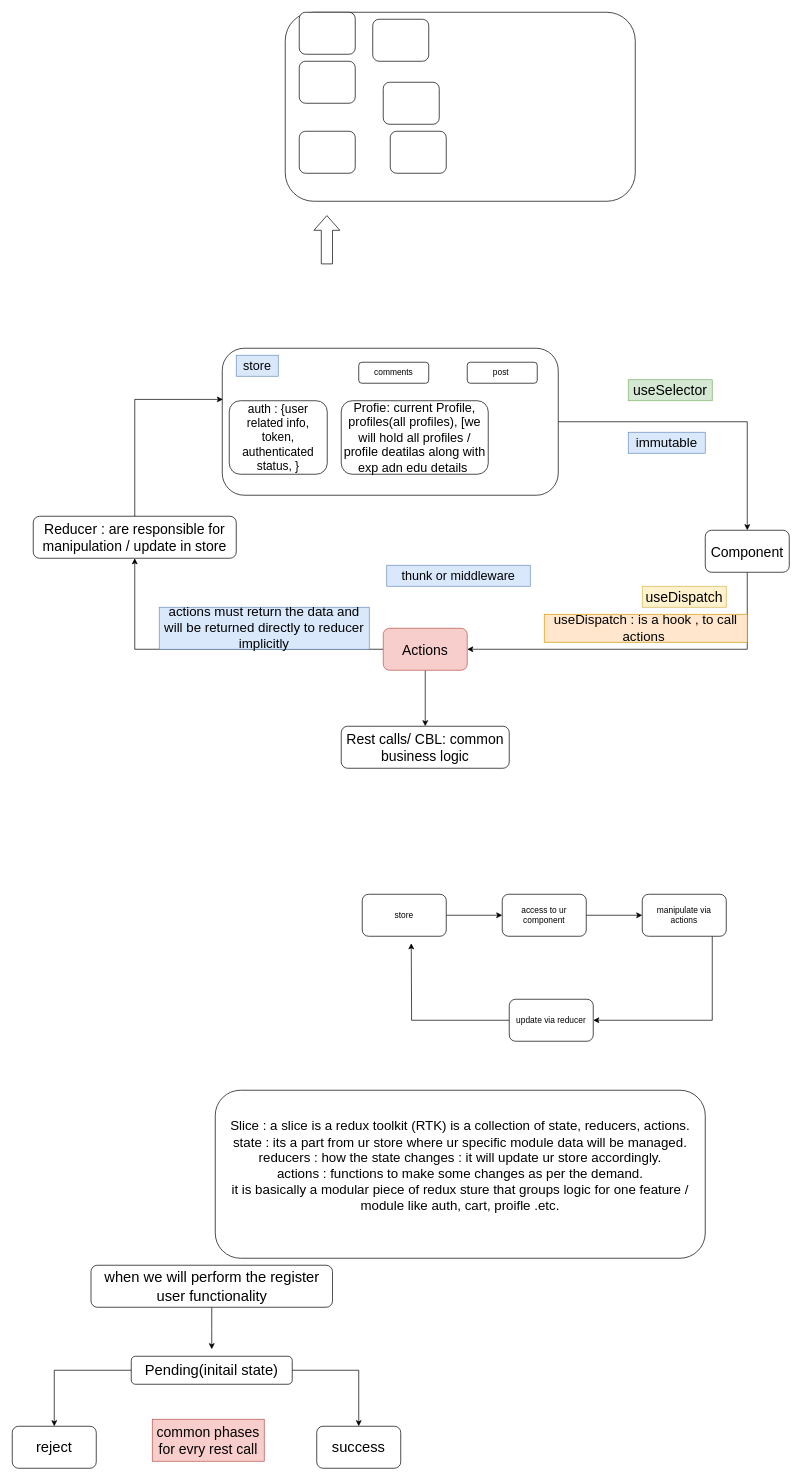
This is page "Page-6" (6 of 15) of finalibm react.drawio from abhinandanchivate/react-oct, a draw.io file, before an edit. Source tidied: cells renumbered, new cells numbered last; positions are measured from the earlier drawing's top-left corner, leaving out a move shared by most shapes. Both pictures are drawn from the tidied source at 70%, with x=0, y=0 at pixel (12, 12).
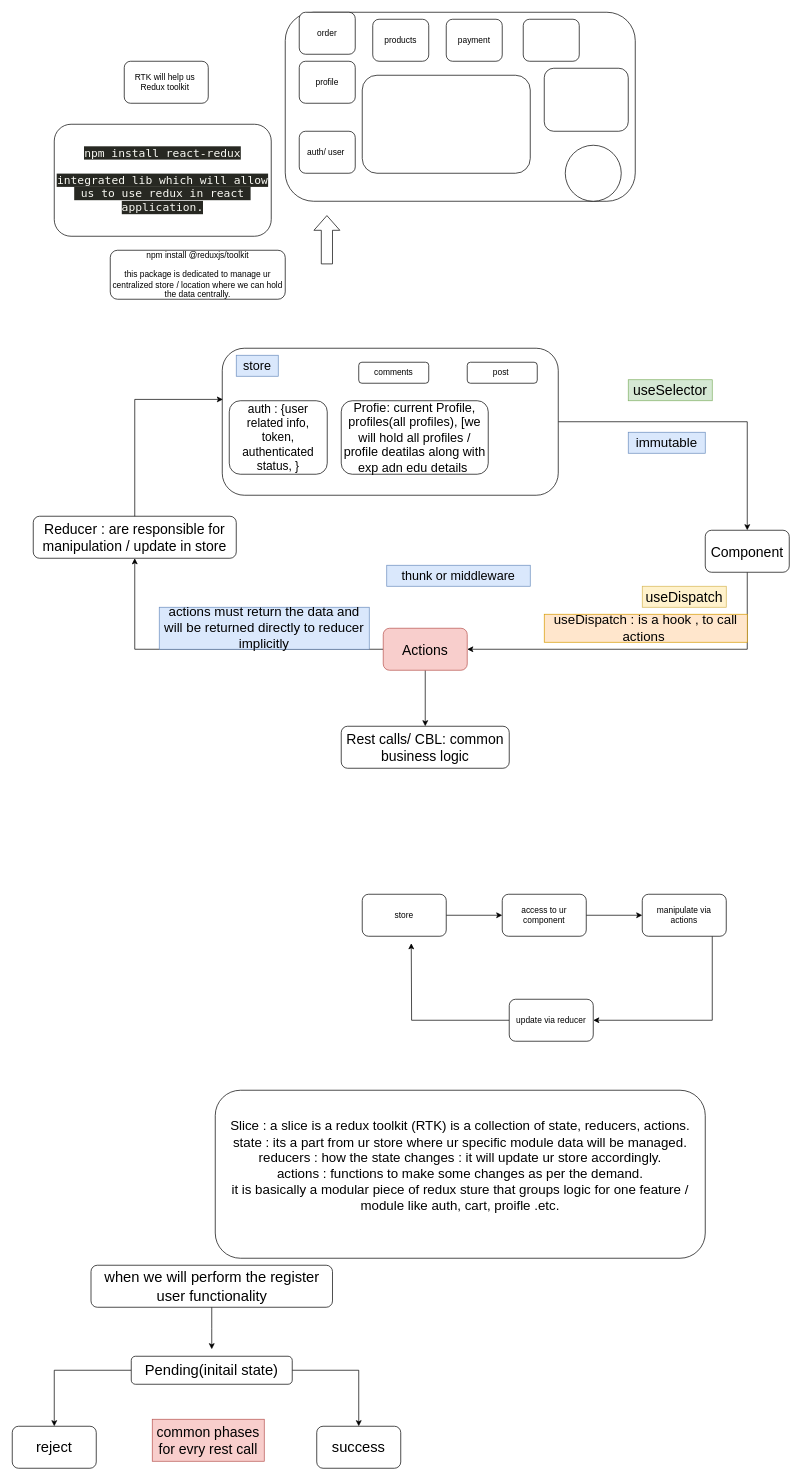
Above is the later version.

Commit message (it also covers changes not shown here):
feat(auth): initialize authentication module with actions, services, and slice

Diff of the diagram source:
```diff
@@
-    <mxCell id="3" style="rounded=1;whiteSpace=wrap;html=1;" parent="1" vertex="1">
+    <mxCell id="3" value="auth/ user&amp;nbsp;" style="rounded=1;whiteSpace=wrap;html=1;" parent="1" vertex="1">
       <mxGeometry x="410" y="170" width="80" height="60" as="geometry" />
     </mxCell>
@@
-    <mxCell id="5" style="rounded=1;whiteSpace=wrap;html=1;" parent="1" vertex="1">
+    <mxCell id="5" value="profile" style="rounded=1;whiteSpace=wrap;html=1;" parent="1" vertex="1">
       <mxGeometry x="410" y="70" width="80" height="60" as="geometry" />
     </mxCell>
-    <mxCell id="6" style="rounded=1;whiteSpace=wrap;html=1;" parent="1" vertex="1">
+    <mxCell id="6" value="order" style="rounded=1;whiteSpace=wrap;html=1;" parent="1" vertex="1">
       <mxGeometry x="410" width="80" height="60" as="geometry" />
     </mxCell>
-    <mxCell id="7" style="rounded=1;whiteSpace=wrap;html=1;" parent="1" vertex="1">
+    <mxCell id="7" value="products" style="rounded=1;whiteSpace=wrap;html=1;" parent="1" vertex="1">
       <mxGeometry x="515" y="10" width="80" height="60" as="geometry" />
     </mxCell>
-    <mxCell id="8" style="rounded=1;whiteSpace=wrap;html=1;" parent="1" vertex="1">
-      <mxGeometry x="530" y="100" width="80" height="60" as="geometry" />
+    <mxCell id="8" value="payment" style="rounded=1;whiteSpace=wrap;html=1;" parent="1" vertex="1">
+      <mxGeometry x="620" y="10" width="80" height="60" as="geometry" />
     </mxCell>
     <mxCell id="9" style="rounded=1;whiteSpace=wrap;html=1;" parent="1" vertex="1">
-      <mxGeometry x="540" y="170" width="80" height="60" as="geometry" />
+      <mxGeometry x="730" y="10" width="80" height="60" as="geometry" />
     </mxCell>
@@
+    <mxCell id="48" style="rounded=1;whiteSpace=wrap;html=1;" parent="1" vertex="1">
+      <mxGeometry x="760" y="80" width="120" height="90" as="geometry" />
+    </mxCell>
+    <mxCell id="49" style="rounded=1;whiteSpace=wrap;html=1;" parent="1" vertex="1">
+      <mxGeometry x="500" y="90" width="240" height="140" as="geometry" />
+    </mxCell>
+    <mxCell id="50" style="ellipse;whiteSpace=wrap;html=1;" parent="1" vertex="1">
+      <mxGeometry x="790" y="190" width="80" height="80" as="geometry" />
+    </mxCell>
+    <mxCell id="51" value="RTK will help us&amp;nbsp;&lt;div&gt;Redux toolkit&amp;nbsp;&lt;/div&gt;" style="rounded=1;whiteSpace=wrap;html=1;" parent="1" vertex="1">
+      <mxGeometry x="160" y="70" width="120" height="60" as="geometry" />
+    </mxCell>
+    <mxCell id="52" value="&lt;span style=&quot;color: rgb(248, 248, 242); font-family: SFMono-Regular, Menlo, Monaco, Consolas, &amp;quot;Liberation Mono&amp;quot;, &amp;quot;Courier New&amp;quot;, monospace; font-size: 16.15px; font-style: normal; font-variant-ligatures: normal; font-variant-caps: normal; font-weight: 400; letter-spacing: normal; orphans: 2; text-align: start; text-indent: 0px; text-transform: none; widows: 2; word-spacing: 0px; -webkit-text-stroke-width: 0px; white-space: pre; background-color: rgb(39, 40, 34); text-decoration-thickness: initial; text-decoration-style: initial; text-decoration-color: initial; float: none; display: inline !important;&quot;&gt;npm install react-redux&lt;/span&gt;&lt;div&gt;&lt;span style=&quot;color: rgb(248, 248, 242); font-family: SFMono-Regular, Menlo, Monaco, Consolas, &amp;quot;Liberation Mono&amp;quot;, &amp;quot;Courier New&amp;quot;, monospace; font-size: 16.15px; font-style: normal; font-variant-ligatures: normal; font-variant-caps: normal; font-weight: 400; letter-spacing: normal; orphans: 2; text-align: start; text-indent: 0px; text-transform: none; widows: 2; word-spacing: 0px; -webkit-text-stroke-width: 0px; white-space: pre; background-color: rgb(39, 40, 34); text-decoration-thickness: initial; text-decoration-style: initial; text-decoration-color: initial; float: none; display: inline !important;&quot;&gt;&lt;br&gt;&lt;/span&gt;&lt;/div&gt;&lt;div&gt;&lt;span style=&quot;color: rgb(248, 248, 242); font-family: SFMono-Regular, Menlo, Monaco, Consolas, &amp;quot;Liberation Mono&amp;quot;, &amp;quot;Courier New&amp;quot;, monospace; font-size: 16.15px; font-style: normal; font-variant-ligatures: normal; font-variant-caps: normal; font-weight: 400; letter-spacing: normal; orphans: 2; text-align: start; text-indent: 0px; text-transform: none; widows: 2; word-spacing: 0px; -webkit-text-stroke-width: 0px; white-space: pre; background-color: rgb(39, 40, 34); text-decoration-thickness: initial; text-decoration-style: initial; text-decoration-color: initial; float: none; display: inline !important;&quot;&gt;integrated lib which will allow&lt;/span&gt;&lt;/div&gt;&lt;div&gt;&lt;span style=&quot;color: rgb(248, 248, 242); font-family: SFMono-Regular, Menlo, Monaco, Consolas, &amp;quot;Liberation Mono&amp;quot;, &amp;quot;Courier New&amp;quot;, monospace; font-size: 16.15px; font-style: normal; font-variant-ligatures: normal; font-variant-caps: normal; font-weight: 400; letter-spacing: normal; orphans: 2; text-align: start; text-indent: 0px; text-transform: none; widows: 2; word-spacing: 0px; -webkit-text-stroke-width: 0px; white-space: pre; background-color: rgb(39, 40, 34); text-decoration-thickness: initial; text-decoration-style: initial; text-decoration-color: initial; float: none; display: inline !important;&quot;&gt; us to use redux in react &lt;/span&gt;&lt;/div&gt;&lt;div&gt;&lt;span style=&quot;color: rgb(248, 248, 242); font-family: SFMono-Regular, Menlo, Monaco, Consolas, &amp;quot;Liberation Mono&amp;quot;, &amp;quot;Courier New&amp;quot;, monospace; font-size: 16.15px; font-style: normal; font-variant-ligatures: normal; font-variant-caps: normal; font-weight: 400; letter-spacing: normal; orphans: 2; text-align: start; text-indent: 0px; text-transform: none; widows: 2; word-spacing: 0px; -webkit-text-stroke-width: 0px; white-space: pre; background-color: rgb(39, 40, 34); text-decoration-thickness: initial; text-decoration-style: initial; text-decoration-color: initial; float: none; display: inline !important;&quot;&gt;application.&lt;/span&gt;&lt;/div&gt;" style="rounded=1;whiteSpace=wrap;html=1;" parent="1" vertex="1">
+      <mxGeometry x="60" y="160" width="310" height="160" as="geometry" />
+    </mxCell>
+    <mxCell id="53" value="npm install @reduxjs/toolkit&lt;div&gt;&lt;br&gt;&lt;/div&gt;&lt;div&gt;this package is dedicated to manage ur centralized store / location where we can hold the data centrally.&lt;/div&gt;" style="rounded=1;whiteSpace=wrap;html=1;" parent="1" vertex="1">
+      <mxGeometry x="140" y="340" width="250" height="70" as="geometry" />
+    </mxCell>
```
